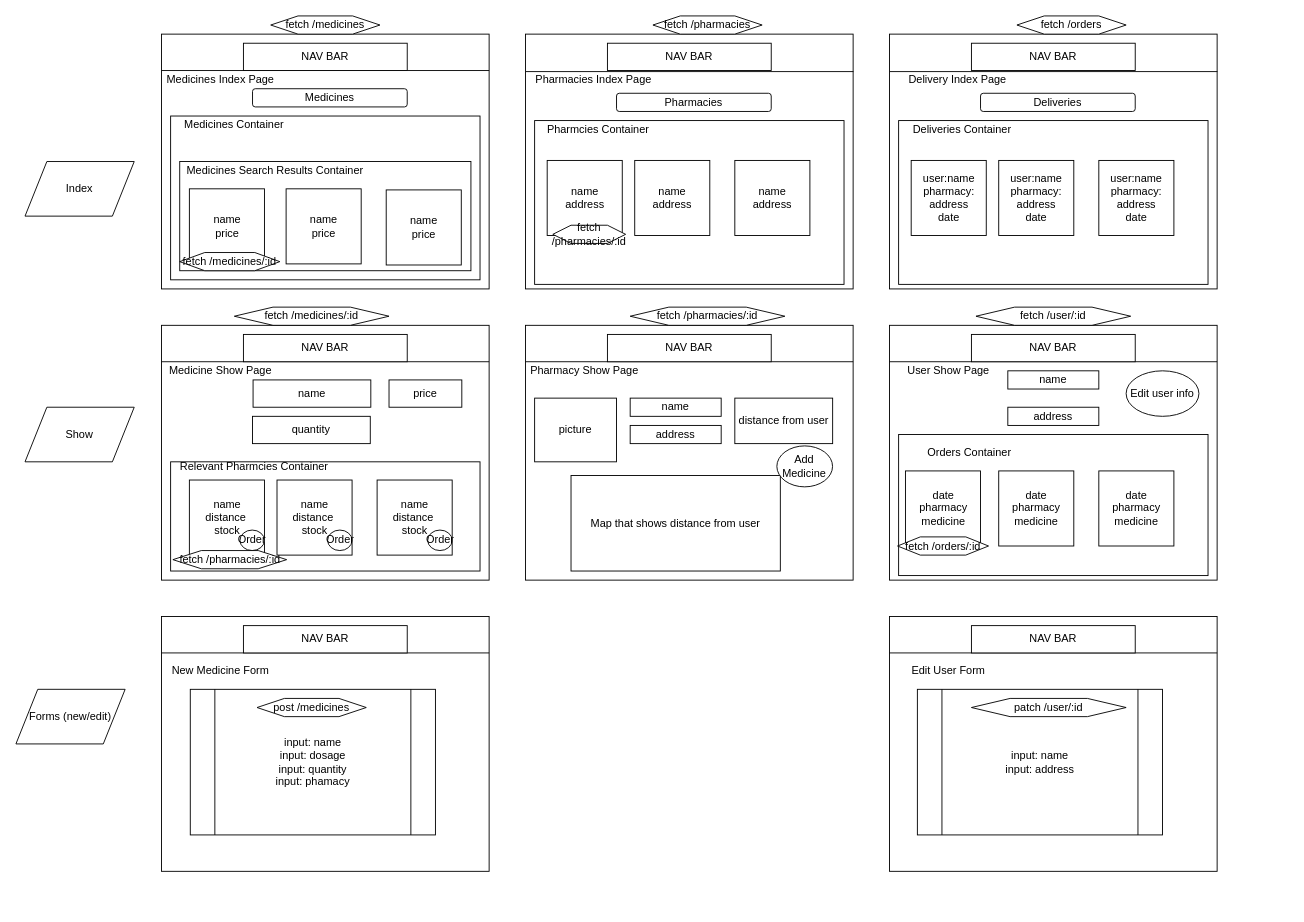
Before: wireframe.drawio in gbenga/mod5-project, a draw.io diagram. Source tidied: cells renumbered, new cells numbered last; positions are measured from the earlier drawing's top-left corner, leaving out a move shared by most shapes. Both pictures are drawn from the tidied source at 91%, with x=0, y=0 at pixel (15, 15).
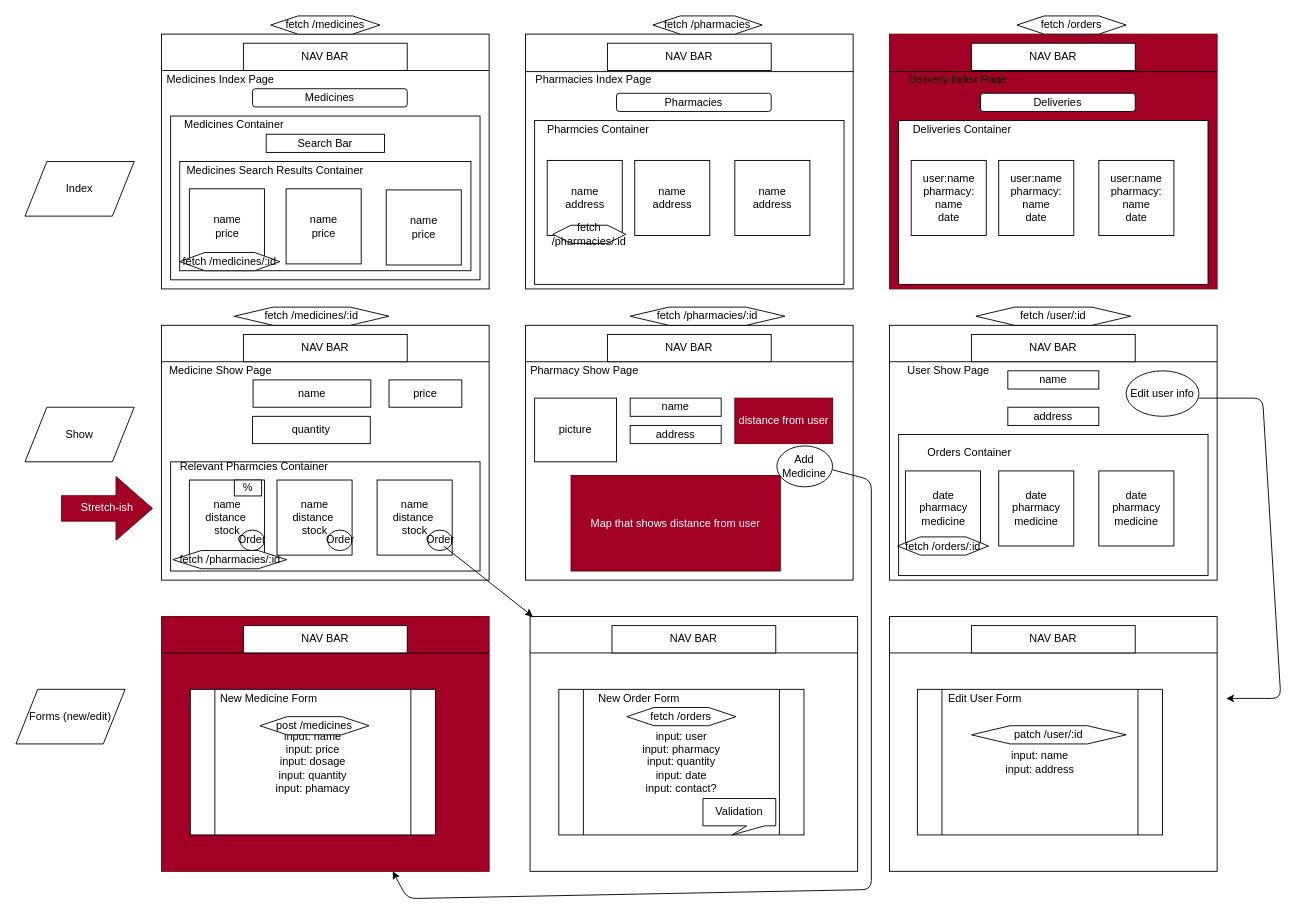
Above is the later version.

Change to the diagram source:
```diff
@@
-    <mxCell id="10" style="rounded=0;whiteSpace=wrap;html=1;" parent="1" vertex="1">
+    <mxCell id="10" style="rounded=0;whiteSpace=wrap;html=1;fillColor=#a20025;strokeColor=#6F0000;fontColor=#ffffff;" parent="1" vertex="1">
       <mxGeometry x="160" y="660" width="360" height="280" as="geometry" />
     </mxCell>
@@
-    <mxCell id="28" value="New Medicine Form" style="text;html=1;strokeColor=none;fillColor=none;align=center;verticalAlign=middle;whiteSpace=wrap;rounded=0;" parent="1" vertex="1">
-      <mxGeometry x="160" y="710" width="130" height="20" as="geometry" />
-    </mxCell>
@@
-    <mxCell id="35" style="rounded=0;whiteSpace=wrap;html=1;" parent="1" vertex="1">
+    <mxCell id="35" style="rounded=0;whiteSpace=wrap;html=1;fillColor=#a20025;strokeColor=#6F0000;fontColor=#ffffff;" parent="1" vertex="1">
       <mxGeometry x="960" y="20" width="360" height="280" as="geometry" />
     </mxCell>
@@
-    <mxCell id="56" value="user:name&lt;br&gt;pharmacy: address&lt;br&gt;date" style="whiteSpace=wrap;html=1;" parent="1" vertex="1">
+    <mxCell id="56" value="user:name&lt;br&gt;pharmacy: name&lt;br&gt;date" style="whiteSpace=wrap;html=1;" parent="1" vertex="1">
       <mxGeometry x="983.8" y="158.8" width="82.5" height="82.5" as="geometry" />
     </mxCell>
@@
-    <mxCell id="58" value="user:name&lt;br&gt;pharmacy: address&lt;br&gt;date" style="whiteSpace=wrap;html=1;" parent="1" vertex="1">
+    <mxCell id="58" value="user:name&lt;br&gt;pharmacy: name&lt;br&gt;date" style="whiteSpace=wrap;html=1;" parent="1" vertex="1">
       <mxGeometry x="1080" y="158.8" width="82.5" height="82.5" as="geometry" />
     </mxCell>
-    <mxCell id="59" value="user:name&lt;br&gt;pharmacy: address&lt;br&gt;date" style="whiteSpace=wrap;html=1;" parent="1" vertex="1">
+    <mxCell id="59" value="user:name&lt;br&gt;pharmacy: name&lt;br&gt;date" style="whiteSpace=wrap;html=1;" parent="1" vertex="1">
       <mxGeometry x="1190" y="158.8" width="82.5" height="82.5" as="geometry" />
     </mxCell>
@@
-    <mxCell id="76" value="distance from user" style="rounded=0;whiteSpace=wrap;html=1;" parent="1" vertex="1">
+    <mxCell id="76" value="distance from user" style="rounded=0;whiteSpace=wrap;html=1;fillColor=#a20025;strokeColor=#6F0000;fontColor=#ffffff;" parent="1" vertex="1">
       <mxGeometry x="790" y="420" width="107.5" height="50" as="geometry" />
     </mxCell>
-    <mxCell id="77" value="Map that shows distance from user" style="rounded=0;whiteSpace=wrap;html=1;" parent="1" vertex="1">
+    <mxCell id="77" value="Map that shows distance from user" style="rounded=0;whiteSpace=wrap;html=1;fillColor=#a20025;strokeColor=#6F0000;fontColor=#ffffff;" parent="1" vertex="1">
       <mxGeometry x="610" y="505" width="230" height="105" as="geometry" />
     </mxCell>
@@
-    <mxCell id="91" value="input: name&lt;br&gt;input: dosage&lt;br&gt;input: quantity&lt;br&gt;input: phamacy" style="shape=process;whiteSpace=wrap;html=1;backgroundOutline=1;" parent="1" vertex="1">
+    <mxCell id="91" value="input: name&lt;br&gt;input: price&lt;br&gt;input: dosage&lt;br&gt;input: quantity&lt;br&gt;input: phamacy" style="shape=process;whiteSpace=wrap;html=1;backgroundOutline=1;" parent="1" vertex="1">
       <mxGeometry x="191.6" y="740" width="269.4" height="160" as="geometry" />
     </mxCell>
     <mxCell id="92" value="post /medicines" style="shape=hexagon;perimeter=hexagonPerimeter2;whiteSpace=wrap;html=1;" parent="1" vertex="1">
-      <mxGeometry x="265" y="750" width="120" height="20" as="geometry" />
+      <mxGeometry x="268.1" y="770" width="120" height="20" as="geometry" />
     </mxCell>
     <mxCell id="93" value="patch /user/:id" style="shape=hexagon;perimeter=hexagonPerimeter2;whiteSpace=wrap;html=1;" parent="1" vertex="1">
-      <mxGeometry x="1050" y="750" width="170" height="20" as="geometry" />
+      <mxGeometry x="1050" y="780" width="170" height="20" as="geometry" />
     </mxCell>
     <mxCell id="94" value="Edit User Form" style="text;html=1;strokeColor=none;fillColor=none;align=center;verticalAlign=middle;whiteSpace=wrap;rounded=0;" parent="1" vertex="1">
-      <mxGeometry x="960" y="710" width="130" height="20" as="geometry" />
+      <mxGeometry x="1000" y="740" width="130" height="20" as="geometry" />
     </mxCell>
@@
+    <mxCell id="97" value="Search Bar" style="rounded=0;whiteSpace=wrap;html=1;" parent="1" vertex="1">
+      <mxGeometry x="275" y="130" width="130" height="20" as="geometry" />
+    </mxCell>
+    <mxCell id="98" style="rounded=0;whiteSpace=wrap;html=1;" parent="1" vertex="1">
+      <mxGeometry x="565" y="660" width="360" height="280" as="geometry" />
+    </mxCell>
+    <mxCell id="99" style="endArrow=none;html=1;exitX=0.001;exitY=0.147;exitDx=0;exitDy=0;exitPerimeter=0;entryX=1.001;entryY=0.147;entryDx=0;entryDy=0;entryPerimeter=0;" parent="1" edge="1">
+      <mxGeometry relative="1" as="geometry">
+        <mxPoint x="565" y="700" as="sourcePoint" />
+        <mxPoint x="925" y="700" as="targetPoint" />
+      </mxGeometry>
+    </mxCell>
+    <mxCell id="100" value="NAV BAR" style="rounded=0;whiteSpace=wrap;html=1;" parent="1" vertex="1">
+      <mxGeometry x="655" y="670" width="180" height="30" as="geometry" />
+    </mxCell>
+    <mxCell id="101" value="input: user&lt;br&gt;input: pharmacy&lt;br&gt;input: quantity&lt;br&gt;input: date&lt;br&gt;input: contact?" style="shape=process;whiteSpace=wrap;html=1;backgroundOutline=1;" parent="1" vertex="1">
+      <mxGeometry x="596.6" y="740" width="269.4" height="160" as="geometry" />
+    </mxCell>
+    <mxCell id="102" value="fetch /orders" style="shape=hexagon;perimeter=hexagonPerimeter2;whiteSpace=wrap;html=1;" parent="1" vertex="1">
+      <mxGeometry x="671.3" y="760" width="120" height="20" as="geometry" />
+    </mxCell>
+    <mxCell id="103" style="endArrow=classic;html=1;" parent="1" edge="1" target="98">
+      <mxGeometry relative="1" as="geometry">
+        <mxPoint x="470" y="582.5" as="sourcePoint" />
+      </mxGeometry>
+    </mxCell>
+    <mxCell id="104" value="Validation" style="shape=callout;whiteSpace=wrap;html=1;perimeter=calloutPerimeter;position2=0.4;size=10;position=0.6;" parent="1" vertex="1">
+      <mxGeometry x="755" y="860" width="80" height="40" as="geometry" />
+    </mxCell>
+    <mxCell id="105" value="%" style="rounded=0;whiteSpace=wrap;html=1;" parent="1" vertex="1">
+      <mxGeometry x="240" y="510" width="30" height="17.5" as="geometry" />
+    </mxCell>
+    <mxCell id="106" style="endArrow=classic;html=1;" parent="1" edge="1" target="10">
+      <mxGeometry relative="1" as="geometry">
+        <mxPoint x="897.5" y="498.8" as="sourcePoint" />
+        <Array as="points">
+          <mxPoint x="940" y="510" />
+          <mxPoint x="940" y="960" />
+          <mxPoint x="430" y="970" />
+        </Array>
+      </mxGeometry>
+    </mxCell>
+    <mxCell id="107" style="endArrow=classic;html=1;" parent="1" edge="1">
+      <mxGeometry relative="1" as="geometry">
+        <mxPoint x="1300" y="420" as="sourcePoint" />
+        <mxPoint x="1330" y="750" as="targetPoint" />
+        <Array as="points">
+          <mxPoint x="1370" y="420" />
+          <mxPoint x="1390" y="750" />
+        </Array>
+      </mxGeometry>
+    </mxCell>
+    <mxCell id="28" value="New Medicine Form" style="text;html=1;strokeColor=none;fillColor=none;align=center;verticalAlign=middle;whiteSpace=wrap;rounded=0;" parent="1" vertex="1">
+      <mxGeometry x="212.5" y="740" width="130" height="20" as="geometry" />
+    </mxCell>
+    <mxCell id="108" value="New Order Form" style="text;html=1;strokeColor=none;fillColor=none;align=center;verticalAlign=middle;whiteSpace=wrap;rounded=0;" parent="1" vertex="1">
+      <mxGeometry x="620" y="740" width="130" height="20" as="geometry" />
+    </mxCell>
+    <mxCell id="109" value="Stretch-ish" style="html=1;shadow=0;dashed=0;align=center;verticalAlign=middle;shape=mxgraph.arrows2.arrow;dy=0.6;dx=40;notch=0;fillColor=#a20025;strokeColor=#6F0000;fontColor=#ffffff;" parent="1" vertex="1">
+      <mxGeometry x="50" y="506.2" width="100" height="70" as="geometry" />
+    </mxCell>
```
